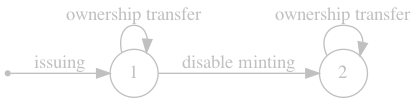
This is x/fantoken/spec/img/fantoken_object_lifecycle.png from bitsongofficial/go-bitsong, a Graphviz export, as it was before one commit. Its source is kept beside it as x/fantoken/spec/img/image_code/fantoken_object_lifecycle.dot. Its diagram source:
```dot
digraph finite_state_machine {
    rankdir=LR;
    bgcolor="transparent";
    size="8,5"

    node [shape = circle, label="1", fontsize=14, color="gray", fontcolor="gray"] 1;
    node [shape = circle, label="2", fontsize=14, color="gray", fontcolor="gray"] 2;

    node [shape = point, fontsize=14, color="gray", fontcolor="gray"]; qi

    qi -> 1 [label="issuing", fontsize=14, color="gray", fontcolor="gray"];

    1  -> 1 [ label = "ownership transfer", fontsize=14, color="gray", fontcolor="gray"];
    1  -> 2 [ label = "disable minting", fontsize=14, color="gray", fontcolor="gray"];
    2  -> 2 [ label = "ownership transfer", fontsize=14, color="gray", fontcolor="gray"];
}
```
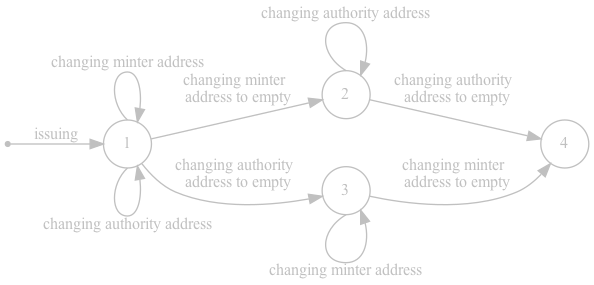
After the change.

What changed in the source:
```diff
@@ -3,14 +3,23 @@
     bgcolor="transparent";
     size="8,5"
 
-    node [shape = circle, label="1", fontsize=14, color="gray", fontcolor="gray"] 1;
-    node [shape = circle, label="2", fontsize=14, color="gray", fontcolor="gray"] 2;
+    node [shape = circle, label="1", fontsize=12, color="gray", fontcolor="gray"] 1;
+    node [shape = circle, label="2", fontsize=12, color="gray", fontcolor="gray"] 2;
+    node [shape = circle, label="3", fontsize=12, color="gray", fontcolor="gray"] 3;
+    node [shape = circle, label="4", fontsize=12, color="gray", fontcolor="gray"] 4;
 
-    node [shape = point, fontsize=14, color="gray", fontcolor="gray"]; qi
+    node [shape = point, fontsize=12, color="gray", fontcolor="gray"]; qi
 
-    qi -> 1 [label="issuing", fontsize=14, color="gray", fontcolor="gray"];
+    qi -> 1 [label="issuing", fontsize=12, color="gray", fontcolor="gray"];
 
-    1  -> 1 [ label = "ownership transfer", fontsize=14, color="gray", fontcolor="gray"];
-    1  -> 2 [ label = "disable minting", fontsize=14, color="gray", fontcolor="gray"];
-    2  -> 2 [ label = "ownership transfer", fontsize=14, color="gray", fontcolor="gray"];
+    nodesep= 0.5;
+
+    1:n  -> 1 [ label = "changing minter address", fontsize=12, color="gray", fontcolor="gray"];
+    1:s  -> 1 [ label = "changing authority address", fontsize=12, color="gray", fontcolor="gray"];
+    1    -> 2 [ label = "changing minter \n address to empty", fontsize=12, color="gray", fontcolor="gray"];
+    2:n  -> 2 [ label = "changing authority address", fontsize=12, color="gray", fontcolor="gray"];
+    2    -> 4 [ label = "changing authority \n address to empty", fontsize=12, color="gray", fontcolor="gray"];
+    3:s  -> 3 [ label = "changing minter address", fontsize=12, color="gray", fontcolor="gray"];
+    1    -> 3 [ label = "changing authority \n address to empty", fontsize=12, color="gray", fontcolor="gray"];
+    3    -> 4 [ label = "changing minter \n address to empty", fontsize=12, color="gray", fontcolor="gray"];
 }
```
